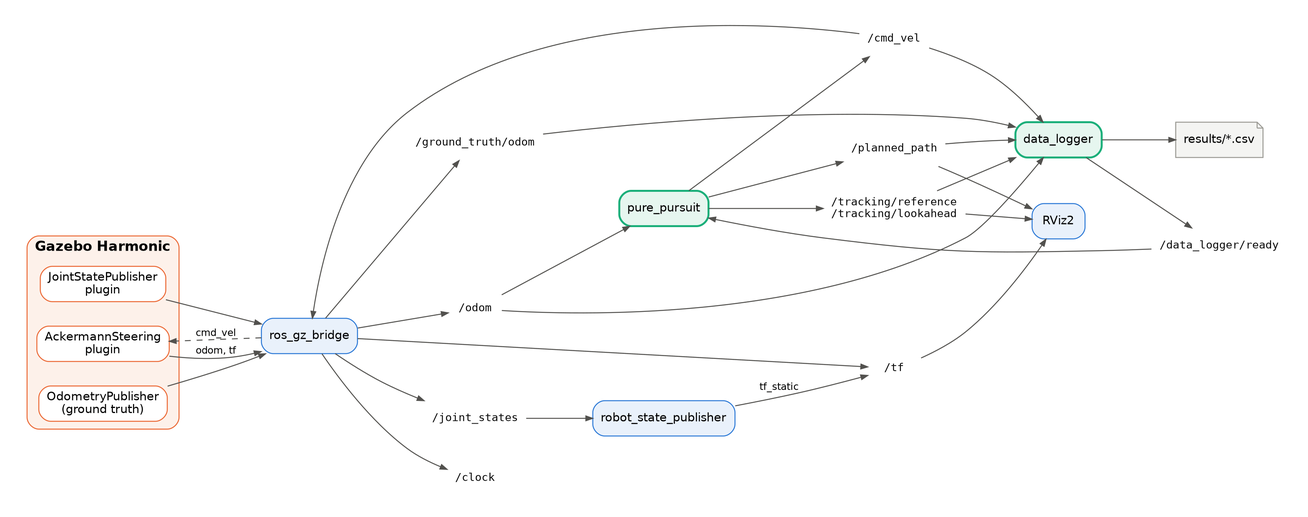
Samuel4142r/proyecto_R keeps this Graphviz diagram as docs/nodes_topics.png. Above is the earlier version. Its source is kept beside it as docs/nodes_topics.dot. Its diagram source:
```dot
digraph G {
  rankdir=LR; bgcolor="white"; pad=0.3; nodesep=0.35; ranksep=0.7;
  node [fontname="Helvetica", fontsize=12];
  edge [fontname="Helvetica", fontsize=10, color="#52514e", arrowsize=0.7];

  subgraph cluster_gz {
    label="Gazebo Harmonic"; fontname="Helvetica-Bold"; style="rounded,filled"; fillcolor="#fdf1ea"; color="#eb6834";
    gz_ack   [label="AckermannSteering\nplugin", shape=box, style="rounded,filled", fillcolor="white", color="#eb6834"];
    gz_jsp   [label="JointStatePublisher\nplugin", shape=box, style="rounded,filled", fillcolor="white", color="#eb6834"];
    gz_odom  [label="OdometryPublisher\n(ground truth)", shape=box, style="rounded,filled", fillcolor="white", color="#eb6834"];
  }

  bridge [label="ros_gz_bridge", shape=box, style="rounded,filled", fillcolor="#e9f1fb", color="#2a78d6"];
  rsp    [label="robot_state_publisher", shape=box, style="rounded,filled", fillcolor="#e9f1fb", color="#2a78d6"];
  pp     [label="pure_pursuit", shape=box, style="rounded,filled,bold", fillcolor="#e6f6ef", color="#1baf7a"];
  log    [label="data_logger", shape=box, style="rounded,filled,bold", fillcolor="#e6f6ef", color="#1baf7a"];
  rviz   [label="RViz2", shape=box, style="rounded,filled", fillcolor="#e9f1fb", color="#2a78d6"];
  csv    [label="results/*.csv", shape=note, style=filled, fillcolor="#f4f4f2", color="#9a9993"];

  node [shape=plaintext, fontname="Courier", fontsize=11, fontcolor="#0b0b0b"];
  t_cmd  [label="/cmd_vel"]; t_odom [label="/odom"]; t_gt [label="/ground_truth/odom"];
  t_js   [label="/joint_states"]; t_tf [label="/tf"]; t_clk [label="/clock"];
  t_path [label="/planned_path"]; t_ref [label="/tracking/reference\n/tracking/lookahead"];
  t_rdy  [label="/data_logger/ready"];

  gz_ack -> bridge [label="odom, tf"]; gz_odom -> bridge; gz_jsp -> bridge;
  bridge -> gz_ack [label="cmd_vel", style=dashed];
  bridge -> t_odom; bridge -> t_gt; bridge -> t_js; bridge -> t_tf; bridge -> t_clk;
  t_cmd -> bridge;
  t_js -> rsp; rsp -> t_tf [label="tf_static"];
  t_odom -> pp; pp -> t_cmd; pp -> t_path; pp -> t_ref;
  t_odom -> log; t_gt -> log; t_ref -> log; t_cmd -> log; t_path -> log;
  log -> t_rdy; t_rdy -> pp;
  log -> csv;
  t_path -> rviz; t_tf -> rviz; t_ref -> rviz;
}
```
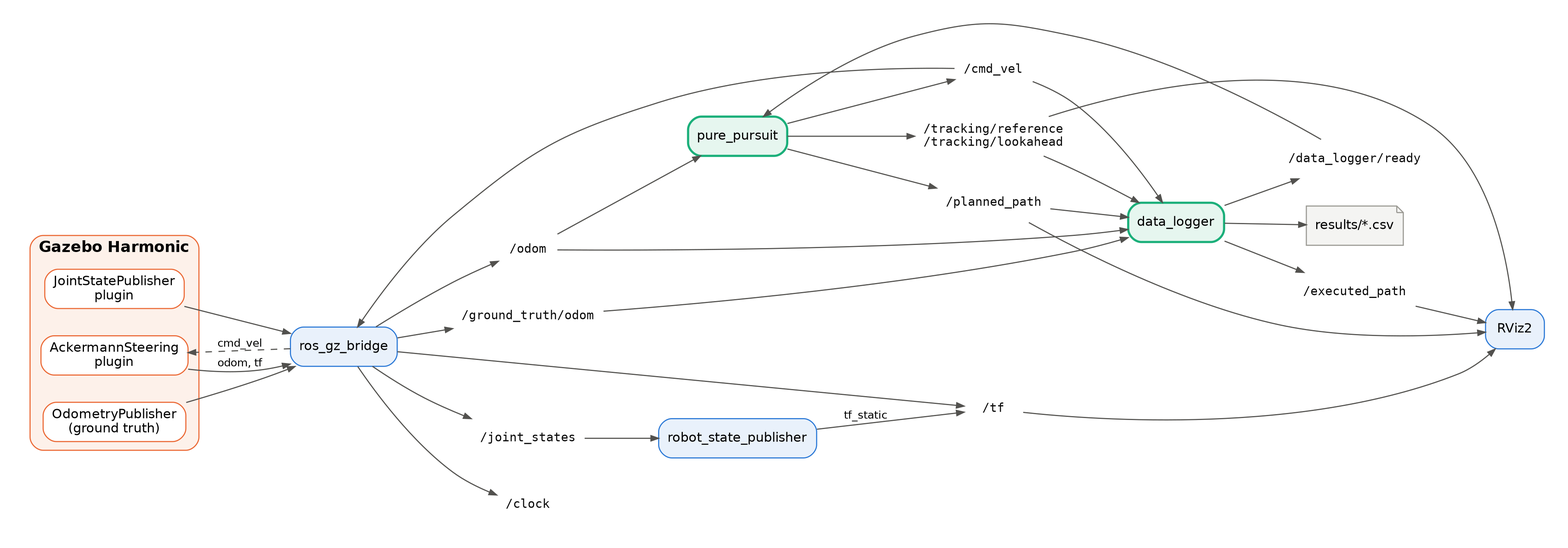
Above is the later version.

Commit message:
Diagrama de nodos: agregar /executed_path

The edit, as a diff of the source:
```diff
@@ -21,7 +21,7 @@
   t_cmd  [label="/cmd_vel"]; t_odom [label="/odom"]; t_gt [label="/ground_truth/odom"];
   t_js   [label="/joint_states"]; t_tf [label="/tf"]; t_clk [label="/clock"];
   t_path [label="/planned_path"]; t_ref [label="/tracking/reference\n/tracking/lookahead"];
-  t_rdy  [label="/data_logger/ready"];
+  t_rdy  [label="/data_logger/ready"]; t_exec [label="/executed_path"];
 
   gz_ack -> bridge [label="odom, tf"]; gz_odom -> bridge; gz_jsp -> bridge;
   bridge -> gz_ack [label="cmd_vel", style=dashed];
@@ -31,6 +31,6 @@
   t_odom -> pp; pp -> t_cmd; pp -> t_path; pp -> t_ref;
   t_odom -> log; t_gt -> log; t_ref -> log; t_cmd -> log; t_path -> log;
   log -> t_rdy; t_rdy -> pp;
-  log -> csv;
+  log -> csv; log -> t_exec; t_exec -> rviz;
   t_path -> rviz; t_tf -> rviz; t_ref -> rviz;
 }
```
